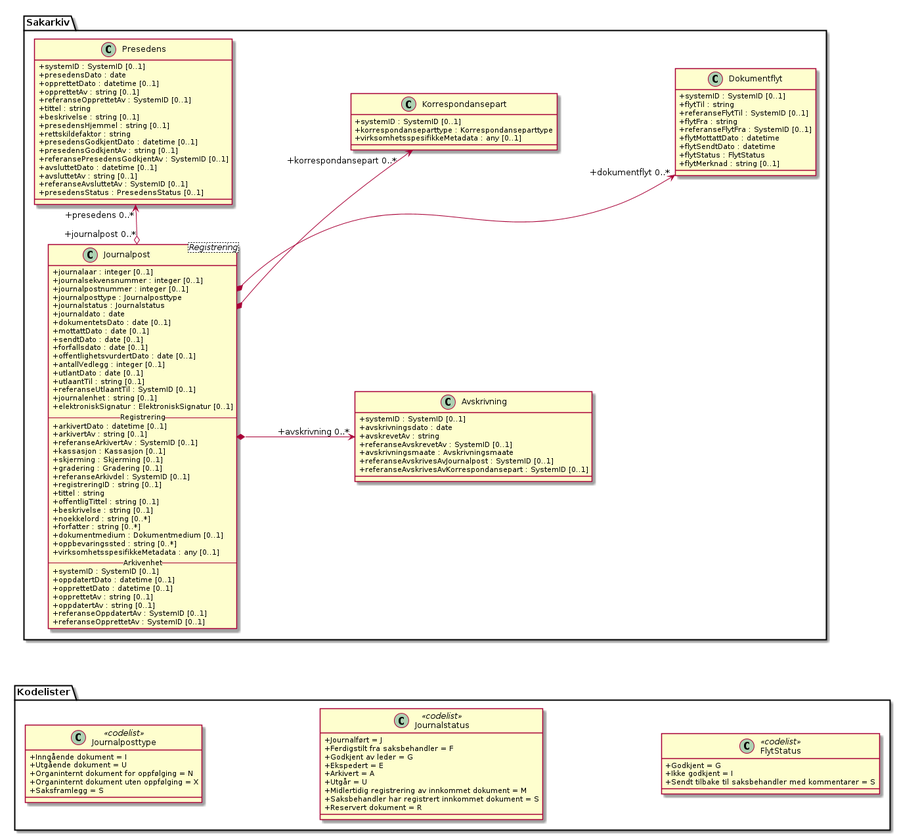
Earlier version of the PlantUML export kapitler/media/uml-journalpost.png (arkivverket/noark5-tjenestegrensesnitt-standard).
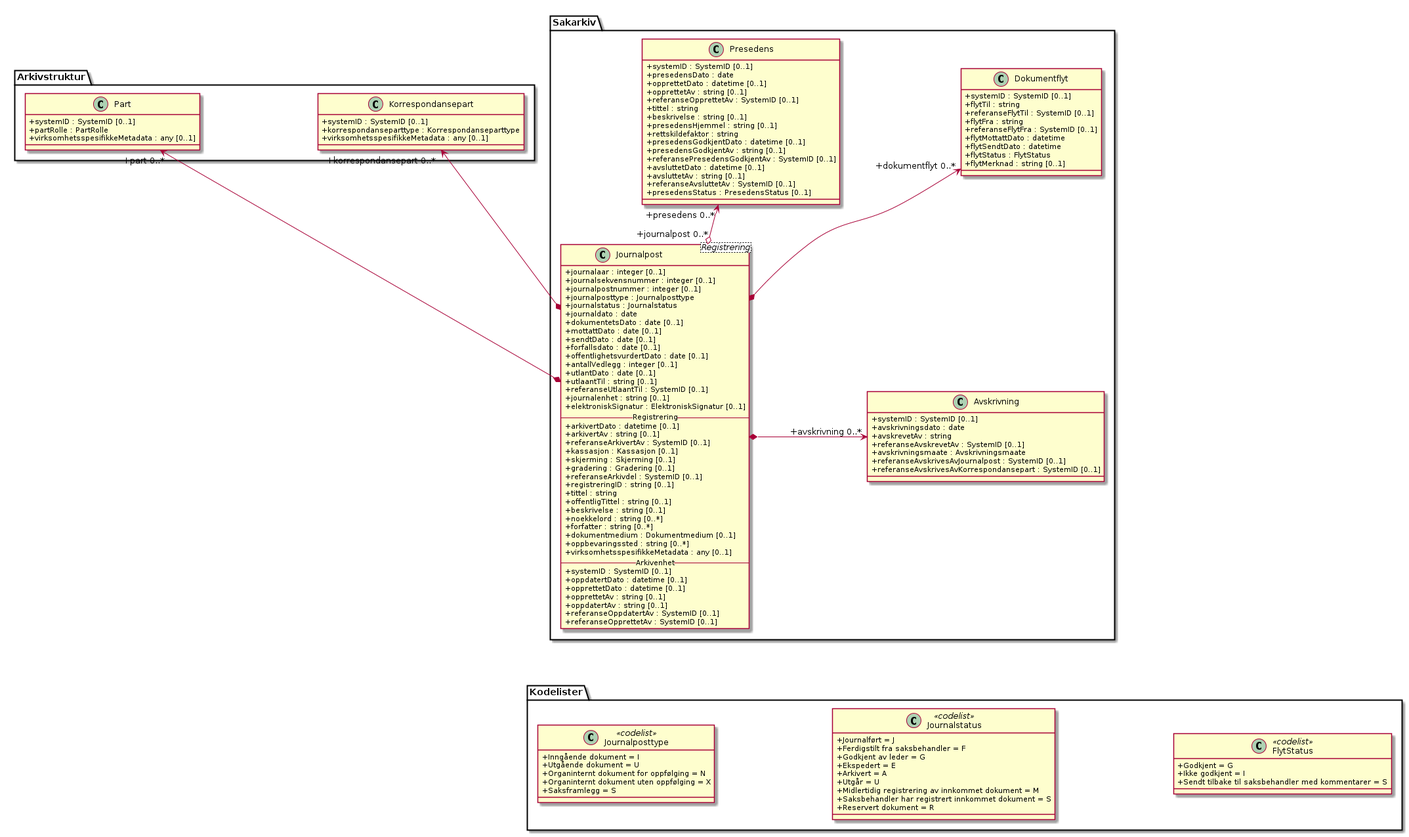
After the commit.

The edit, as a diff of the source:
```diff
@@ -48,9 +48,14 @@
   +referanseOppdatertAv : SystemID [0..1]
   +referanseOpprettetAv : SystemID [0..1]
 }
-class Sakarkiv.Korrespondansepart {
+class Arkivstruktur.Korrespondansepart {
   +systemID : SystemID [0..1]
   +korrespondanseparttype : Korrespondanseparttype
+  +virksomhetsspesifikkeMetadata : any [0..1]
+}
+class Arkivstruktur.Part {
+  +systemID : SystemID [0..1]
+  +partRolle : PartRolle
   +virksomhetsspesifikkeMetadata : any [0..1]
 }
 class Sakarkiv.Presedens {
@@ -117,7 +122,8 @@
 
 Kodelister.FlytStatus <-[hidden]-- Sakarkiv.Dokumentflyt
 Sakarkiv.Dokumentflyt "+dokumentflyt 0..*" <--* Sakarkiv.Journalpost
-Sakarkiv.Korrespondansepart "+korrespondansepart 0..*" <--* Sakarkiv.Journalpost
+Arkivstruktur.Korrespondansepart "+korrespondansepart 0..*" <--* Sakarkiv.Journalpost
+Arkivstruktur.Part "+part 0..*" <--* Sakarkiv.Journalpost
 Sakarkiv.Presedens "+presedens 0..*" <--o "+journalpost 0..*" Sakarkiv.Journalpost
 Sakarkiv.Journalpost *-> "+avskrivning 0..*" Sakarkiv.Avskrivning
 Sakarkiv.Journalpost <-[hidden]-- Kodelister.Journalposttype
```
